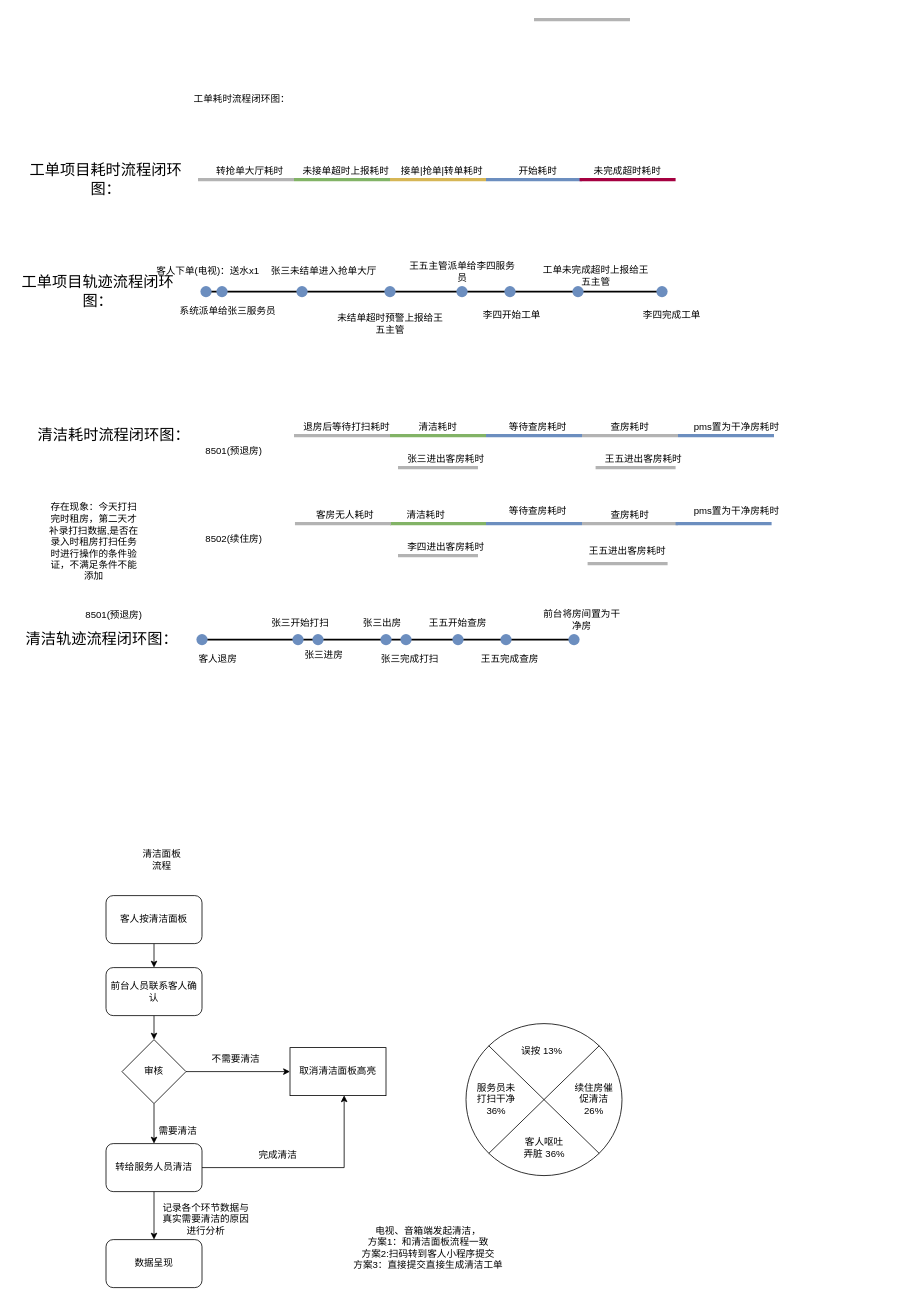
This is xzzh/服务管家流程整理.drawio from daniel-7d/draw, a draw.io file, before an edit. Source tidied: cells renumbered, new cells numbered last; positions are measured from the earlier drawing's top-left corner, leaving out a move shared by most shapes. Both pictures are drawn from the tidied source at 80%, with x=0, y=0 at pixel (14, 15).
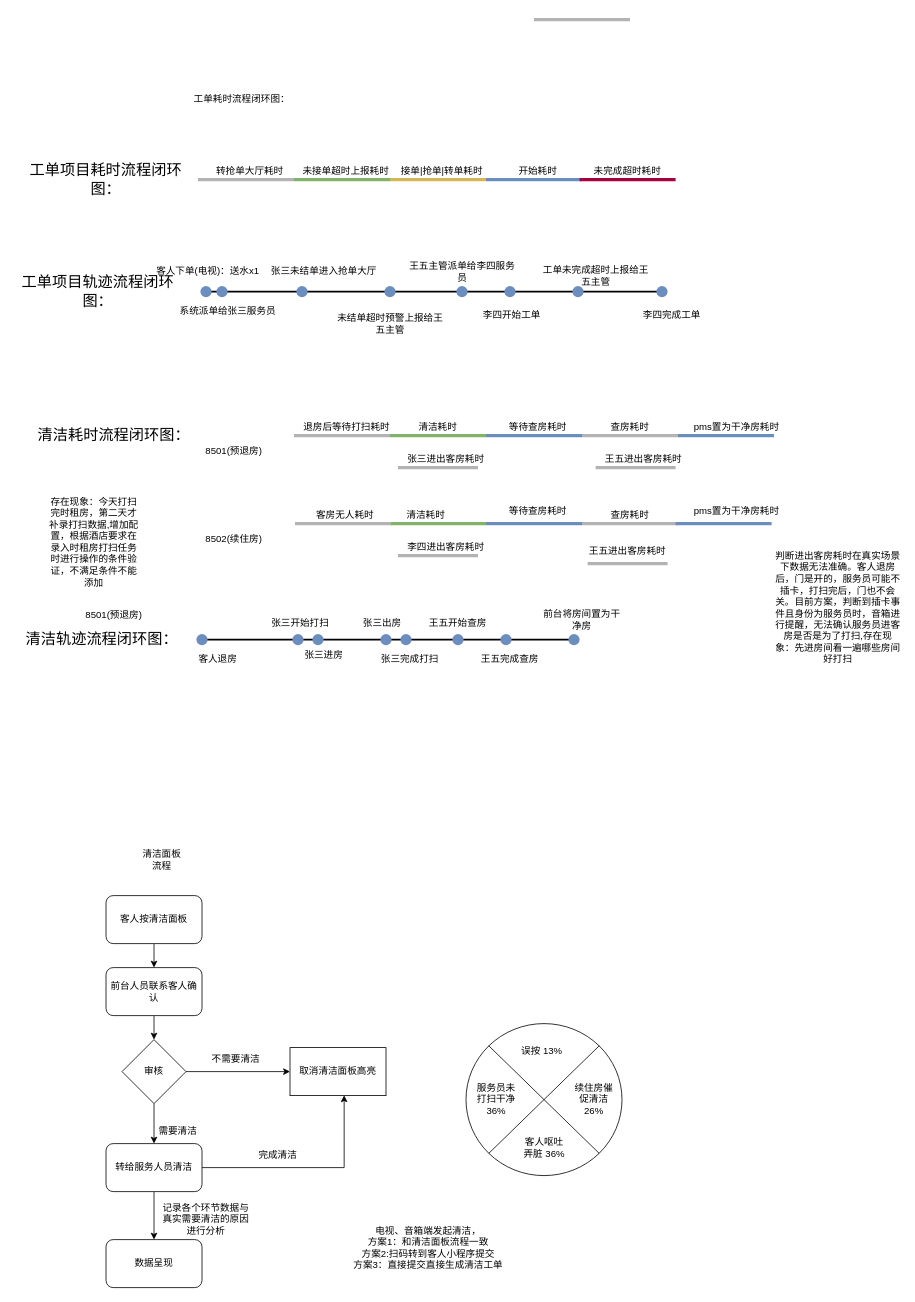
The same page after the edit.

Commit message:
更新服务管家流程整理.drawio

The edit, as a diff of the source:
```diff
@@
-    <mxCell id="106" value="存在现象：今天打扫完时租房，第二天才补录打扫数据,是否在录入时租房打扫任务时进行操作的条件验证，不满足条件不能添加" style="text;html=1;align=center;verticalAlign=middle;whiteSpace=wrap;rounded=0;" parent="1" vertex="1">
+    <mxCell id="106" value="存在现象：今天打扫完时租房，第二天才补录打扫数据,增加配置，根据酒店要求在录入时租房打扫任务时进行操作的条件验证，不满足条件不能添加" style="text;html=1;align=center;verticalAlign=middle;whiteSpace=wrap;rounded=0;" parent="1" vertex="1">
       <mxGeometry x="40" y="606" width="120" height="104" as="geometry" />
     </mxCell>
+    <mxCell id="107" value="判断进出客房耗时在真实场景下数据无法准确。客人退房后，门是开的，服务员可能不插卡，打扫完后，门也不会关。目前方案，判断到插卡事件且身份为服务员时，音箱进行提醒，无法确认服务员进客房是否是为了打扫,存在现象：先进房间看一遍哪些房间好打扫" style="text;html=1;align=center;verticalAlign=middle;whiteSpace=wrap;rounded=0;" parent="1" vertex="1">
+      <mxGeometry x="950" y="660" width="160" height="160" as="geometry" />
+    </mxCell>
```
